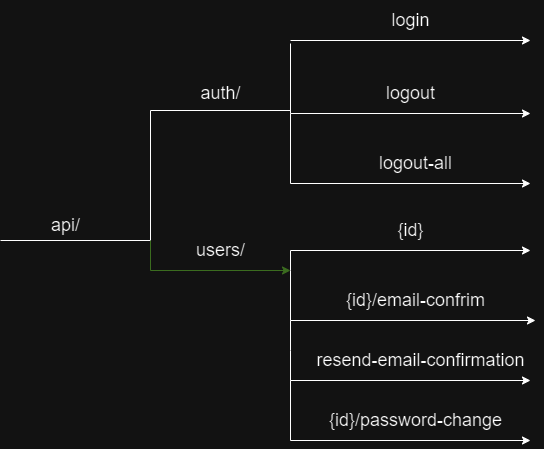
This is majna_api_endpoints.png from mohamedAbdelaleem/Majna-e-commerce, a draw.io export, as it was before one commit. Source tidied: cells renumbered, new cells last; positions are measured from the earlier drawing's top-left corner, leaving out a move shared by most shapes.
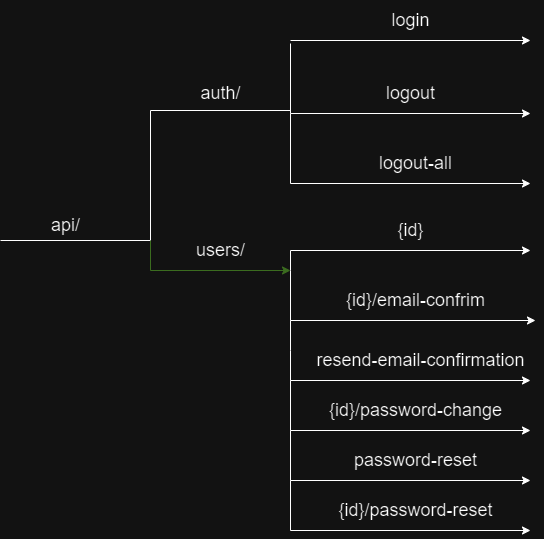
After the change.

Commit message:
password resetting

Diff of the diagram source:
```diff
@@ -108,17 +108,41 @@
     <mxCell id="19" value="&lt;font style=&quot;font-size: 18px;&quot;&gt;&lt;font style=&quot;&quot;&gt;{id}/email-confrim&lt;/font&gt;&lt;/font&gt;" style="text;html=1;align=center;verticalAlign=middle;strokeColor=none;fillColor=none;" parent="1" vertex="1">
       <mxGeometry x="335" y="280" width="160" height="40" as="geometry" />
     </mxCell>
-    <mxCell id="20" value="&lt;font style=&quot;font-size: 18px;&quot;&gt;&lt;font style=&quot;&quot;&gt;{id}/password-change&lt;/font&gt;&lt;/font&gt;" style="text;html=1;align=center;verticalAlign=middle;strokeColor=none;fillColor=none;" parent="1" vertex="1">
-      <mxGeometry x="315" y="400" width="200" height="40" as="geometry" />
+    <mxCell id="20" value="&lt;span style=&quot;font-size: 18px;&quot;&gt;password-reset&lt;/span&gt;" style="text;html=1;align=center;verticalAlign=middle;strokeColor=none;fillColor=none;" parent="1" vertex="1">
+      <mxGeometry x="340" y="440" width="150" height="40" as="geometry" />
     </mxCell>
     <mxCell id="21" style="edgeStyle=none;orthogonalLoop=1;jettySize=auto;html=1;rounded=0;" parent="1" edge="1">
       <mxGeometry relative="1" as="geometry">
         <mxPoint x="290" y="380" as="sourcePoint" />
-        <mxPoint x="530" y="440" as="targetPoint" />
+        <mxPoint x="530" y="430" as="targetPoint" />
         <Array as="points">
-          <mxPoint x="290" y="440" />
+          <mxPoint x="290" y="430" />
         </Array>
       </mxGeometry>
     </mxCell>
+    <mxCell id="22" value="&lt;font style=&quot;font-size: 18px;&quot;&gt;&lt;font style=&quot;&quot;&gt;{id}/password-change&lt;/font&gt;&lt;/font&gt;" style="text;html=1;align=center;verticalAlign=middle;strokeColor=none;fillColor=none;" parent="1" vertex="1">
+      <mxGeometry x="315" y="390" width="200" height="40" as="geometry" />
+    </mxCell>
+    <mxCell id="23" style="edgeStyle=none;orthogonalLoop=1;jettySize=auto;html=1;rounded=0;" parent="1" edge="1">
+      <mxGeometry relative="1" as="geometry">
+        <mxPoint x="290" y="430" as="sourcePoint" />
+        <mxPoint x="530" y="480" as="targetPoint" />
+        <Array as="points">
+          <mxPoint x="290" y="480" />
+        </Array>
+      </mxGeometry>
+    </mxCell>
+    <mxCell id="24" value="&lt;span style=&quot;font-size: 18px;&quot;&gt;{id}/password-reset&lt;/span&gt;" style="text;html=1;align=center;verticalAlign=middle;strokeColor=none;fillColor=none;" parent="1" vertex="1">
+      <mxGeometry x="325" y="490" width="180" height="40" as="geometry" />
+    </mxCell>
+    <mxCell id="25" style="edgeStyle=none;orthogonalLoop=1;jettySize=auto;html=1;rounded=0;" parent="1" edge="1">
+      <mxGeometry relative="1" as="geometry">
+        <mxPoint x="290" y="480" as="sourcePoint" />
+        <mxPoint x="530" y="530" as="targetPoint" />
+        <Array as="points">
+          <mxPoint x="290" y="530" />
+        </Array>
+      </mxGeometry>
+    </mxCell>
   </root>
 </mxGraphModel>
```
